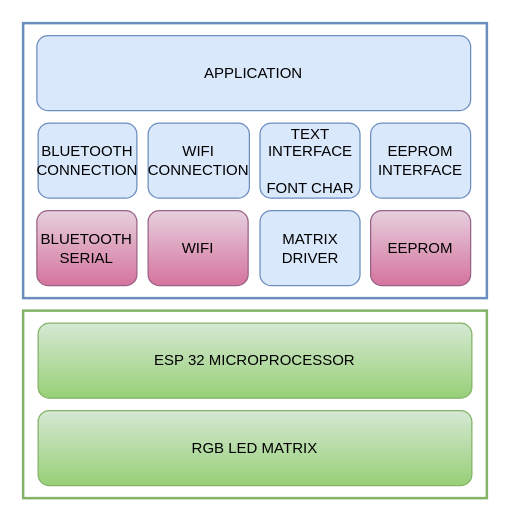
pcostatorres/PFC keeps this draw.io diagram as DiagramaLogico.drawio. Above is the earlier version. Source tidied: cells renumbered, new cells numbered last; positions are measured from the earlier drawing's top-left corner, leaving out a move shared by most shapes. Both pictures are drawn from the tidied source at 125%, with x=0, y=0 at pixel (22, 22).
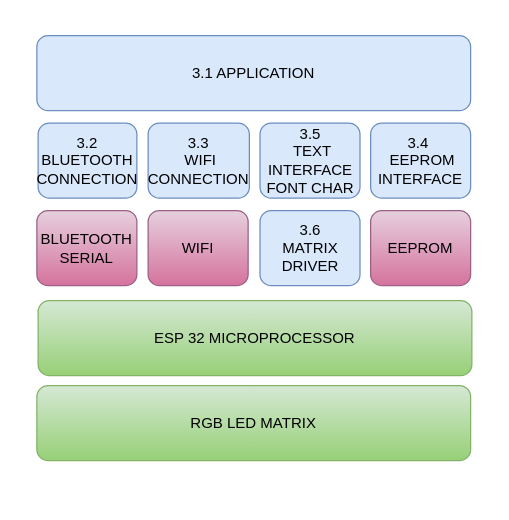
The same diagram, later.

Diff of the diagram source:
```diff
@@
 <mxGraphModel>
   <root>
     <mxCell id="0" />
     <mxCell id="1" parent="0" />
-    <mxCell id="2" value="APPLICATION" style="rounded=1;whiteSpace=wrap;html=1;fillColor=#dae8fc;strokeColor=#6c8ebf;" parent="1" vertex="1">
+    <mxCell id="2" value="3.1 APPLICATION" style="rounded=1;whiteSpace=wrap;html=1;fillColor=#dae8fc;strokeColor=#6c8ebf;" parent="1" vertex="1">
       <mxGeometry x="11" y="10" width="347" height="60" as="geometry" />
     </mxCell>
-    <mxCell id="3" value="BLUETOOTH CONNECTION" style="rounded=1;whiteSpace=wrap;html=1;fillColor=#dae8fc;strokeColor=#6c8ebf;" parent="1" vertex="1">
+    <mxCell id="3" value="3.2 BLUETOOTH CONNECTION" style="rounded=1;whiteSpace=wrap;html=1;fillColor=#dae8fc;strokeColor=#6c8ebf;" parent="1" vertex="1">
       <mxGeometry x="12" y="80" width="79" height="60" as="geometry" />
     </mxCell>
-    <mxCell id="4" value="WIFI CONNECTION" style="rounded=1;whiteSpace=wrap;html=1;fillColor=#dae8fc;strokeColor=#6c8ebf;" parent="1" vertex="1">
+    <mxCell id="4" value="&amp;nbsp; &amp;nbsp; &amp;nbsp; &amp;nbsp; &amp;nbsp;3.3&amp;nbsp; &amp;nbsp; &amp;nbsp; &amp;nbsp; &amp;nbsp; &amp;nbsp;WIFI CONNECTION" style="rounded=1;whiteSpace=wrap;html=1;fillColor=#dae8fc;strokeColor=#6c8ebf;" parent="1" vertex="1">
       <mxGeometry x="100" y="80" width="81" height="60" as="geometry" />
     </mxCell>
-    <mxCell id="5" style="rounded=1;whiteSpace=wrap;html=1;fillColor=#dae8fc;strokeColor=#6c8ebf;" parent="1" vertex="1">
+    <mxCell id="5" value="&lt;span style=&quot;white-space: normal&quot;&gt;3.4&amp;nbsp; &amp;nbsp;EEPROM INTERFACE&lt;/span&gt;" style="rounded=1;whiteSpace=wrap;html=1;fillColor=#dae8fc;strokeColor=#6c8ebf;" parent="1" vertex="1">
       <mxGeometry x="278" y="80" width="80" height="60" as="geometry" />
     </mxCell>
     <mxCell id="6" style="rounded=1;whiteSpace=wrap;html=1;fillColor=#e6d0de;strokeColor=#996185;gradientColor=#d5739d;" parent="1" vertex="1">
       <mxGeometry x="278" y="150" width="80" height="60" as="geometry" />
     </mxCell>
     <mxCell id="7" style="rounded=1;whiteSpace=wrap;html=1;fillColor=#e6d0de;strokeColor=#996185;gradientColor=#d5739d;" parent="1" vertex="1">
       <mxGeometry x="11" y="150" width="80" height="60" as="geometry" />
     </mxCell>
-    <mxCell id="8" value="MATRIX DRIVER" style="rounded=1;whiteSpace=wrap;html=1;fillColor=#dae8fc;strokeColor=#6c8ebf;" parent="1" vertex="1">
+    <mxCell id="8" value="3.6&lt;br&gt;MATRIX DRIVER" style="rounded=1;whiteSpace=wrap;html=1;fillColor=#dae8fc;strokeColor=#6c8ebf;" parent="1" vertex="1">
       <mxGeometry x="189.5" y="150" width="80" height="60" as="geometry" />
     </mxCell>
     <mxCell id="9" style="rounded=1;whiteSpace=wrap;html=1;fillColor=#e6d0de;strokeColor=#996185;gradientColor=#d5739d;" parent="1" vertex="1">
       <mxGeometry x="100" y="150" width="80" height="60" as="geometry" />
     </mxCell>
-    <mxCell id="10" value="EEPROM INTERFACE" style="text;html=1;strokeColor=none;fillColor=none;align=center;verticalAlign=middle;whiteSpace=wrap;rounded=0;" parent="1" vertex="1">
-      <mxGeometry x="298" y="100" width="40" height="20" as="geometry" />
-    </mxCell>
     <mxCell id="11" value="BLUETOOTH SERIAL" style="text;html=1;strokeColor=none;fillColor=none;align=center;verticalAlign=middle;whiteSpace=wrap;rounded=0;" parent="1" vertex="1">
       <mxGeometry x="31" y="170" width="40" height="20" as="geometry" />
     </mxCell>
     <mxCell id="12" value="WIFI" style="text;html=1;strokeColor=none;fillColor=none;align=center;verticalAlign=middle;whiteSpace=wrap;rounded=0;" parent="1" vertex="1">
       <mxGeometry x="120" y="170" width="40" height="20" as="geometry" />
     </mxCell>
     <mxCell id="13" value="EEPROM" style="text;html=1;strokeColor=none;fillColor=none;align=center;verticalAlign=middle;whiteSpace=wrap;rounded=0;" parent="1" vertex="1">
       <mxGeometry x="298" y="170" width="40" height="20" as="geometry" />
     </mxCell>
-    <mxCell id="14" value="TEXT INTERFACE&lt;br&gt;&lt;br&gt;FONT CHAR" style="rounded=1;whiteSpace=wrap;html=1;fillColor=#dae8fc;strokeColor=#6c8ebf;" parent="1" vertex="1">
+    <mxCell id="14" value="&amp;nbsp; &amp;nbsp; &amp;nbsp; &amp;nbsp;3.5&amp;nbsp; &amp;nbsp; &amp;nbsp; &amp;nbsp; &amp;nbsp;TEXT INTERFACE&lt;br&gt;FONT CHAR" style="rounded=1;whiteSpace=wrap;html=1;fillColor=#dae8fc;strokeColor=#6c8ebf;" parent="1" vertex="1">
       <mxGeometry x="189.5" y="80" width="80" height="60" as="geometry" />
     </mxCell>
     <mxCell id="15" value="ESP 32 MICROPROCESSOR" style="rounded=1;whiteSpace=wrap;html=1;fillColor=#d5e8d4;strokeColor=#82b366;gradientColor=#97d077;" parent="1" vertex="1">
-      <mxGeometry x="12" y="240" width="347" height="60" as="geometry" />
+      <mxGeometry x="12" y="222" width="347" height="60" as="geometry" />
     </mxCell>
     <mxCell id="16" value="RGB LED MATRIX" style="rounded=1;whiteSpace=wrap;html=1;fillColor=#d5e8d4;strokeColor=#82b366;gradientColor=#97d077;" parent="1" vertex="1">
-      <mxGeometry x="12" y="310" width="347" height="60" as="geometry" />
+      <mxGeometry x="11" y="290" width="347" height="60" as="geometry" />
     </mxCell>
-    <mxCell id="17" style="rounded=0;whiteSpace=wrap;html=1;glass=0;fillColor=none;gradientColor=#97d077;strokeColor=#82b366;strokeWidth=2;" parent="1" vertex="1">
-      <mxGeometry y="230" width="371" height="150" as="geometry" />
-    </mxCell>
-    <mxCell id="18" style="rounded=0;whiteSpace=wrap;html=1;glass=0;strokeWidth=2;fillColor=none;gradientColor=#7ea6e0;strokeColor=#6c8ebf;" parent="1" vertex="1">
-      <mxGeometry width="371" height="220" as="geometry" />
-    </mxCell>
   </root>
 </mxGraphModel>
```
